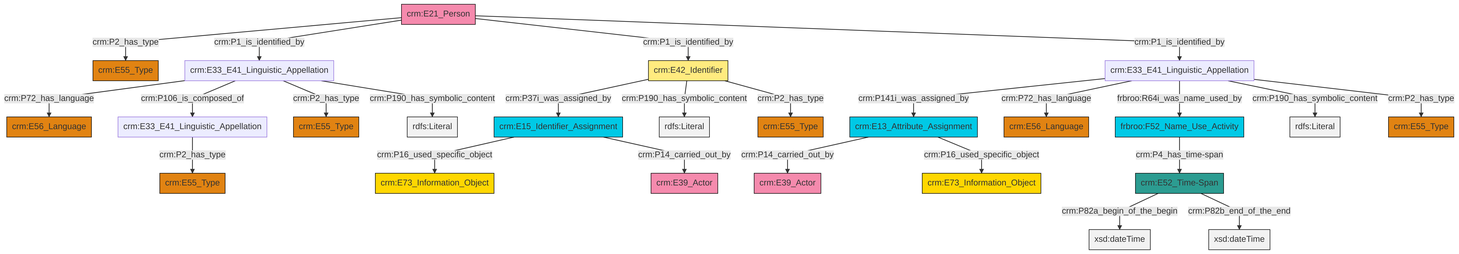
Before: et/personCSV/ttl/mmd/png/Person_Names_and_Classification.png, a diagram exported from Mermaid (swiss-art-research-net/reference-data-models). Its source is kept beside it as et/personCSV/ttl/mmd/Person_Names_and_Classification.ttl.mmd.
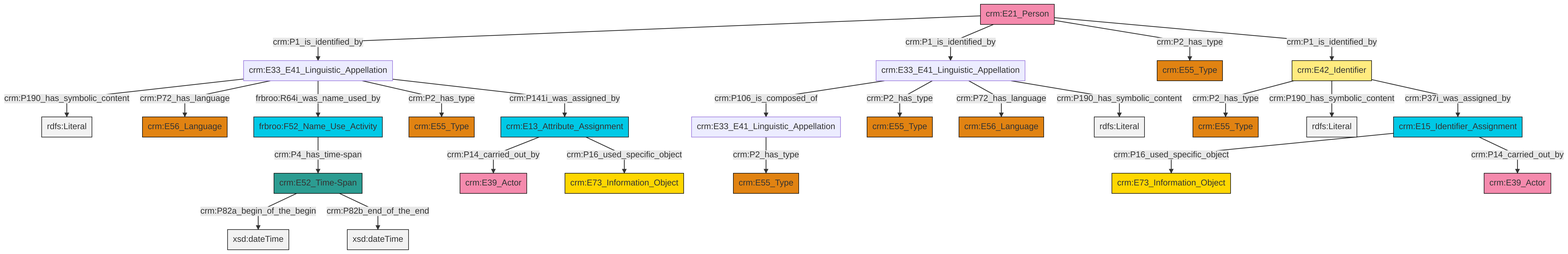
Later version of the same file.

The edit, as a diff of the source:
```diff
@@ -13,27 +13,27 @@
 classDef PC_Classes fill:#4ce600, stroke:#000000;
 classDef Multi fill:#cccccc,stroke:#000000;
 
-0["crm:E21_Person"]:::Actor -->|crm:P2_has_type| 1["crm:E55_Type"]:::Type
-6["crm:E33_E41_Linguistic_Appellation"]:::Default -->|crm:P72_has_language| 7["crm:E56_Language"]:::Type
-8["crm:E33_E41_Linguistic_Appellation"]:::Default -->|crm:P141i_was_assigned_by| 9["crm:E13_Attribute_Assignment"]:::Temporal_Entity
-6["crm:E33_E41_Linguistic_Appellation"]:::Default -->|crm:P106_is_composed_of| 10["crm:E33_E41_Linguistic_Appellation"]:::Default
-6["crm:E33_E41_Linguistic_Appellation"]:::Default -->|crm:P2_has_type| 11["crm:E55_Type"]:::Type
-8["crm:E33_E41_Linguistic_Appellation"]:::Default -->|crm:P72_has_language| 16["crm:E56_Language"]:::Type
-9["crm:E13_Attribute_Assignment"]:::Temporal_Entity -->|crm:P14_carried_out_by| 19["crm:E39_Actor"]:::Actor
-0["crm:E21_Person"]:::Actor -->|crm:P1_is_identified_by| 6["crm:E33_E41_Linguistic_Appellation"]:::Default
-0["crm:E21_Person"]:::Actor -->|crm:P1_is_identified_by| 17["crm:E42_Identifier"]:::Appellation
-23["crm:E15_Identifier_Assignment"]:::Temporal_Entity -->|crm:P16_used_specific_object| 24["crm:E73_Information_Object"]:::Conceptual_Object
-8["crm:E33_E41_Linguistic_Appellation"]:::Default -->|frbroo:R64i_was_name_used_by| 21["frbroo:F52_Name_Use_Activity"]:::Temporal_Entity
-14["crm:E52_Time-Span"]:::Time-Span -->|crm:P82a_begin_of_the_begin| 27[xsd:dateTime]:::Literal
-8["crm:E33_E41_Linguistic_Appellation"]:::Default -->|crm:P190_has_symbolic_content| 29[rdfs:Literal]:::Literal
-14["crm:E52_Time-Span"]:::Time-Span -->|crm:P82b_end_of_the_end| 34[xsd:dateTime]:::Literal
-9["crm:E13_Attribute_Assignment"]:::Temporal_Entity -->|crm:P16_used_specific_object| 35["crm:E73_Information_Object"]:::Conceptual_Object
-23["crm:E15_Identifier_Assignment"]:::Temporal_Entity -->|crm:P14_carried_out_by| 25["crm:E39_Actor"]:::Actor
-21["frbroo:F52_Name_Use_Activity"]:::Temporal_Entity -->|crm:P4_has_time-span| 14["crm:E52_Time-Span"]:::Time-Span
-17["crm:E42_Identifier"]:::Appellation -->|crm:P37i_was_assigned_by| 23["crm:E15_Identifier_Assignment"]:::Temporal_Entity
-17["crm:E42_Identifier"]:::Appellation -->|crm:P190_has_symbolic_content| 41[rdfs:Literal]:::Literal
-6["crm:E33_E41_Linguistic_Appellation"]:::Default -->|crm:P190_has_symbolic_content| 43[rdfs:Literal]:::Literal
-10["crm:E33_E41_Linguistic_Appellation"]:::Default -->|crm:P2_has_type| 44["crm:E55_Type"]:::Type
-0["crm:E21_Person"]:::Actor -->|crm:P1_is_identified_by| 8["crm:E33_E41_Linguistic_Appellation"]:::Default
-17["crm:E42_Identifier"]:::Appellation -->|crm:P2_has_type| 2["crm:E55_Type"]:::Type
-8["crm:E33_E41_Linguistic_Appellation"]:::Default -->|crm:P2_has_type| 4["crm:E55_Type"]:::Type
+2["crm:E52_Time-Span"]:::Time-Span -->|crm:P82a_begin_of_the_begin| 3[xsd:dateTime]:::Literal
+10["crm:E15_Identifier_Assignment"]:::Temporal_Entity -->|crm:P16_used_specific_object| 11["crm:E73_Information_Object"]:::Conceptual_Object
+12["crm:E21_Person"]:::Actor -->|crm:P1_is_identified_by| 13["crm:E33_E41_Linguistic_Appellation"]:::Default
+2["crm:E52_Time-Span"]:::Time-Span -->|crm:P82b_end_of_the_end| 14[xsd:dateTime]:::Literal
+19["crm:E42_Identifier"]:::Appellation -->|crm:P2_has_type| 8["crm:E55_Type"]:::Type
+13["crm:E33_E41_Linguistic_Appellation"]:::Default -->|crm:P190_has_symbolic_content| 21[rdfs:Literal]:::Literal
+22["crm:E33_E41_Linguistic_Appellation"]:::Default -->|crm:P2_has_type| 4["crm:E55_Type"]:::Type
+19["crm:E42_Identifier"]:::Appellation -->|crm:P190_has_symbolic_content| 26[rdfs:Literal]:::Literal
+12["crm:E21_Person"]:::Actor -->|crm:P1_is_identified_by| 0["crm:E33_E41_Linguistic_Appellation"]:::Default
+13["crm:E33_E41_Linguistic_Appellation"]:::Default -->|crm:P72_has_language| 28["crm:E56_Language"]:::Type
+12["crm:E21_Person"]:::Actor -->|crm:P2_has_type| 6["crm:E55_Type"]:::Type
+13["crm:E33_E41_Linguistic_Appellation"]:::Default -->|frbroo:R64i_was_name_used_by| 32["frbroo:F52_Name_Use_Activity"]:::Temporal_Entity
+0["crm:E33_E41_Linguistic_Appellation"]:::Default -->|crm:P106_is_composed_of| 22["crm:E33_E41_Linguistic_Appellation"]:::Default
+19["crm:E42_Identifier"]:::Appellation -->|crm:P37i_was_assigned_by| 10["crm:E15_Identifier_Assignment"]:::Temporal_Entity
+0["crm:E33_E41_Linguistic_Appellation"]:::Default -->|crm:P2_has_type| 29["crm:E55_Type"]:::Type
+0["crm:E33_E41_Linguistic_Appellation"]:::Default -->|crm:P72_has_language| 36["crm:E56_Language"]:::Type
+12["crm:E21_Person"]:::Actor -->|crm:P1_is_identified_by| 19["crm:E42_Identifier"]:::Appellation
+16["crm:E13_Attribute_Assignment"]:::Temporal_Entity -->|crm:P14_carried_out_by| 33["crm:E39_Actor"]:::Actor
+13["crm:E33_E41_Linguistic_Appellation"]:::Default -->|crm:P2_has_type| 24["crm:E55_Type"]:::Type
+32["frbroo:F52_Name_Use_Activity"]:::Temporal_Entity -->|crm:P4_has_time-span| 2["crm:E52_Time-Span"]:::Time-Span
+0["crm:E33_E41_Linguistic_Appellation"]:::Default -->|crm:P190_has_symbolic_content| 42[rdfs:Literal]:::Literal
+16["crm:E13_Attribute_Assignment"]:::Temporal_Entity -->|crm:P16_used_specific_object| 38["crm:E73_Information_Object"]:::Conceptual_Object
+10["crm:E15_Identifier_Assignment"]:::Temporal_Entity -->|crm:P14_carried_out_by| 43["crm:E39_Actor"]:::Actor
+13["crm:E33_E41_Linguistic_Appellation"]:::Default -->|crm:P141i_was_assigned_by| 16["crm:E13_Attribute_Assignment"]:::Temporal_Entity
```
